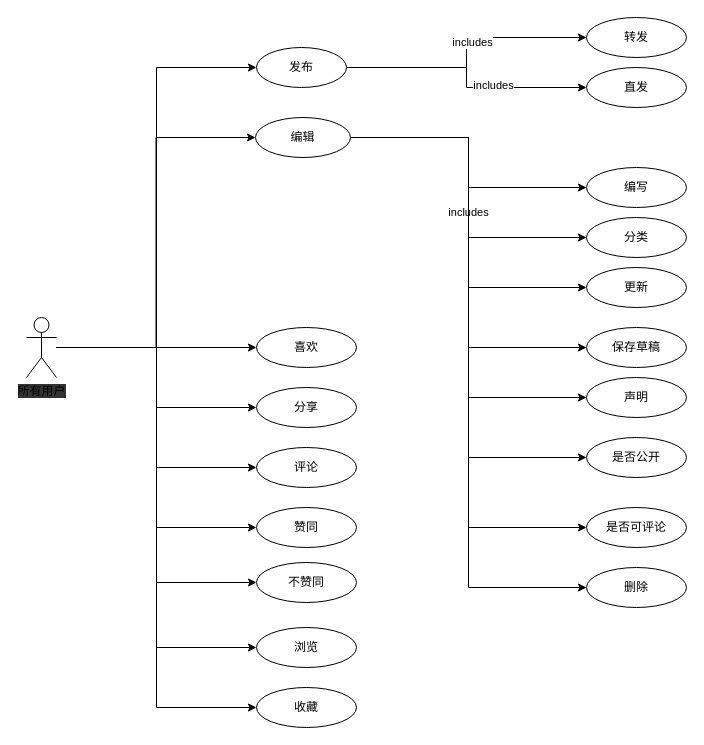
The draw.io diagram 个人/debugger社区/文章发布用例.drawio in sure0000/note, before the edit. Source tidied: cells renumbered, new cells numbered last; positions are measured from the earlier drawing's top-left corner, leaving out a move shared by most shapes. Both pictures are drawn from the tidied source at 100%, with x=0, y=0 at pixel (26, 17).
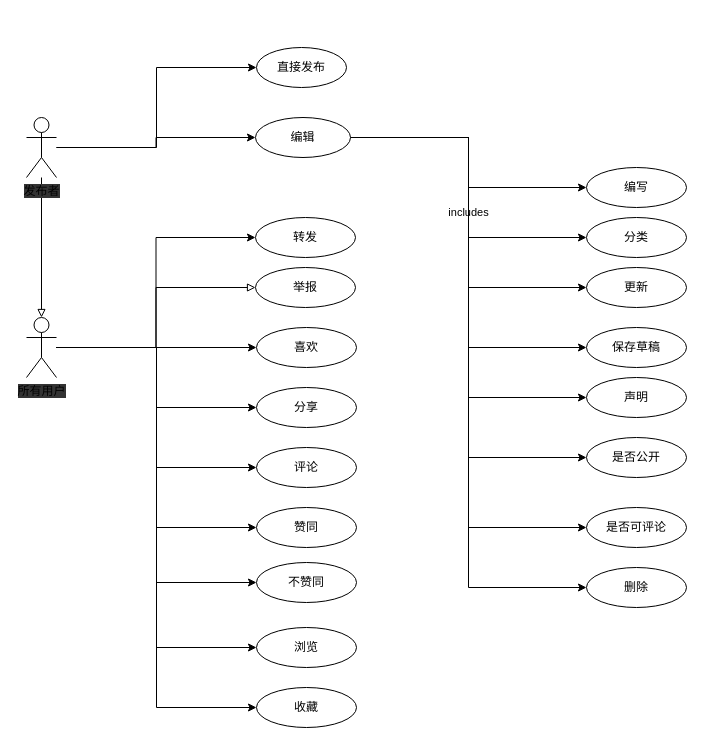
The same page after the edit.

Unchanged cells that the change refers to:
```xml
<mxCell id="11" value="&lt;span style=&quot;background-color: rgb(51 , 51 , 51)&quot;&gt;所有用户&lt;/span&gt;" style="shape=umlActor;verticalLabelPosition=bottom;labelBackgroundColor=#ffffff;verticalAlign=top;html=1;outlineConnect=0;" parent="1" vertex="1">
  <mxGeometry y="300" width="30" height="60" as="geometry" />
</mxCell>
<mxCell id="25" value="编辑" style="ellipse;whiteSpace=wrap;html=1;" parent="1" vertex="1">
  <mxGeometry x="229" y="100" width="95" height="40" as="geometry" />
</mxCell>
```

Change to the diagram source:
```diff
@@
-    <mxCell id="2" style="edgeStyle=orthogonalEdgeStyle;rounded=0;jettySize=auto;html=1;entryX=0;entryY=0.5;entryDx=0;entryDy=0;" parent="1" edge="1" source="11" target="16">
-      <mxGeometry relative="1" as="geometry" />
-    </mxCell>
-    <mxCell id="3" style="edgeStyle=orthogonalEdgeStyle;rounded=0;jettySize=auto;html=1;entryX=0;entryY=0.5;entryDx=0;entryDy=0;" parent="1" edge="1" source="11" target="25">
-      <mxGeometry relative="1" as="geometry" />
-    </mxCell>
@@
+    <mxCell id="43" style="edgeStyle=orthogonalEdgeStyle;rounded=0;jettySize=auto;html=1;entryX=0;entryY=0.5;entryDx=0;entryDy=0;" parent="1" edge="1" source="11" target="35">
+      <mxGeometry relative="1" as="geometry" />
+    </mxCell>
+    <mxCell id="44" style="edgeStyle=orthogonalEdgeStyle;rounded=0;jettySize=auto;html=1;entryX=0;entryY=0.5;entryDx=0;entryDy=0;endArrow=block;endFill=0;" parent="1" edge="1" source="11" target="49">
+      <mxGeometry relative="1" as="geometry" />
+    </mxCell>
@@
-    <mxCell id="12" style="edgeStyle=orthogonalEdgeStyle;rounded=0;jettySize=auto;html=1;exitX=1;exitY=0.5;exitDx=0;exitDy=0;" parent="1" edge="1" source="16" target="35">
-      <mxGeometry relative="1" as="geometry" />
-    </mxCell>
-    <mxCell id="13" value="includes" style="edgeLabel;html=1;align=center;verticalAlign=middle;" parent="12" vertex="1">
-      <mxGeometry x="0.15" y="-4" relative="1" as="geometry" />
-    </mxCell>
-    <mxCell id="14" style="edgeStyle=orthogonalEdgeStyle;rounded=0;jettySize=auto;html=1;exitX=1;exitY=0.5;exitDx=0;exitDy=0;entryX=0;entryY=0.5;entryDx=0;entryDy=0;" parent="1" edge="1" source="16" target="36">
-      <mxGeometry relative="1" as="geometry" />
-    </mxCell>
-    <mxCell id="15" value="includes" style="edgeLabel;html=1;align=center;verticalAlign=middle;" parent="14" vertex="1">
-      <mxGeometry x="0.28" y="3" relative="1" as="geometry" />
-    </mxCell>
-    <mxCell id="16" value="发布" style="ellipse;whiteSpace=wrap;html=1;" parent="1" vertex="1">
+    <mxCell id="16" value="直接发布" style="ellipse;whiteSpace=wrap;html=1;" parent="1" vertex="1">
       <mxGeometry x="230" y="30" width="90" height="40" as="geometry" />
     </mxCell>
@@
-    <mxCell id="35" value="转发" style="ellipse;whiteSpace=wrap;html=1;" parent="1" vertex="1">
-      <mxGeometry x="560" width="100" height="40" as="geometry" />
-    </mxCell>
-    <mxCell id="36" value="直发" style="ellipse;whiteSpace=wrap;html=1;" parent="1" vertex="1">
-      <mxGeometry x="560" y="50" width="100" height="40" as="geometry" />
-    </mxCell>
@@
+    <mxCell id="35" value="转发" style="ellipse;whiteSpace=wrap;html=1;" parent="1" vertex="1">
+      <mxGeometry x="229" y="200" width="100" height="40" as="geometry" />
+    </mxCell>
+    <mxCell id="45" style="edgeStyle=orthogonalEdgeStyle;rounded=0;jettySize=auto;html=1;entryX=0;entryY=0.5;entryDx=0;entryDy=0;" parent="1" edge="1" source="48" target="16">
+      <mxGeometry relative="1" as="geometry" />
+    </mxCell>
+    <mxCell id="46" style="edgeStyle=orthogonalEdgeStyle;rounded=0;jettySize=auto;html=1;entryX=0;entryY=0.5;entryDx=0;entryDy=0;" parent="1" edge="1" source="48" target="25">
+      <mxGeometry relative="1" as="geometry" />
+    </mxCell>
+    <mxCell id="47" style="edgeStyle=orthogonalEdgeStyle;rounded=0;jettySize=auto;html=1;entryX=0.5;entryY=0;entryDx=0;entryDy=0;entryPerimeter=0;endArrow=block;endFill=0;" parent="1" edge="1" source="48" target="11">
+      <mxGeometry relative="1" as="geometry" />
+    </mxCell>
+    <mxCell id="48" value="&lt;span style=&quot;background-color: rgb(51 , 51 , 51)&quot;&gt;发布者&lt;/span&gt;" style="shape=umlActor;verticalLabelPosition=bottom;labelBackgroundColor=#ffffff;verticalAlign=top;html=1;outlineConnect=0;" parent="1" vertex="1">
+      <mxGeometry y="100" width="30" height="60" as="geometry" />
+    </mxCell>
+    <mxCell id="49" value="举报" style="ellipse;whiteSpace=wrap;html=1;" parent="1" vertex="1">
+      <mxGeometry x="229" y="250" width="100" height="40" as="geometry" />
+    </mxCell>
```
